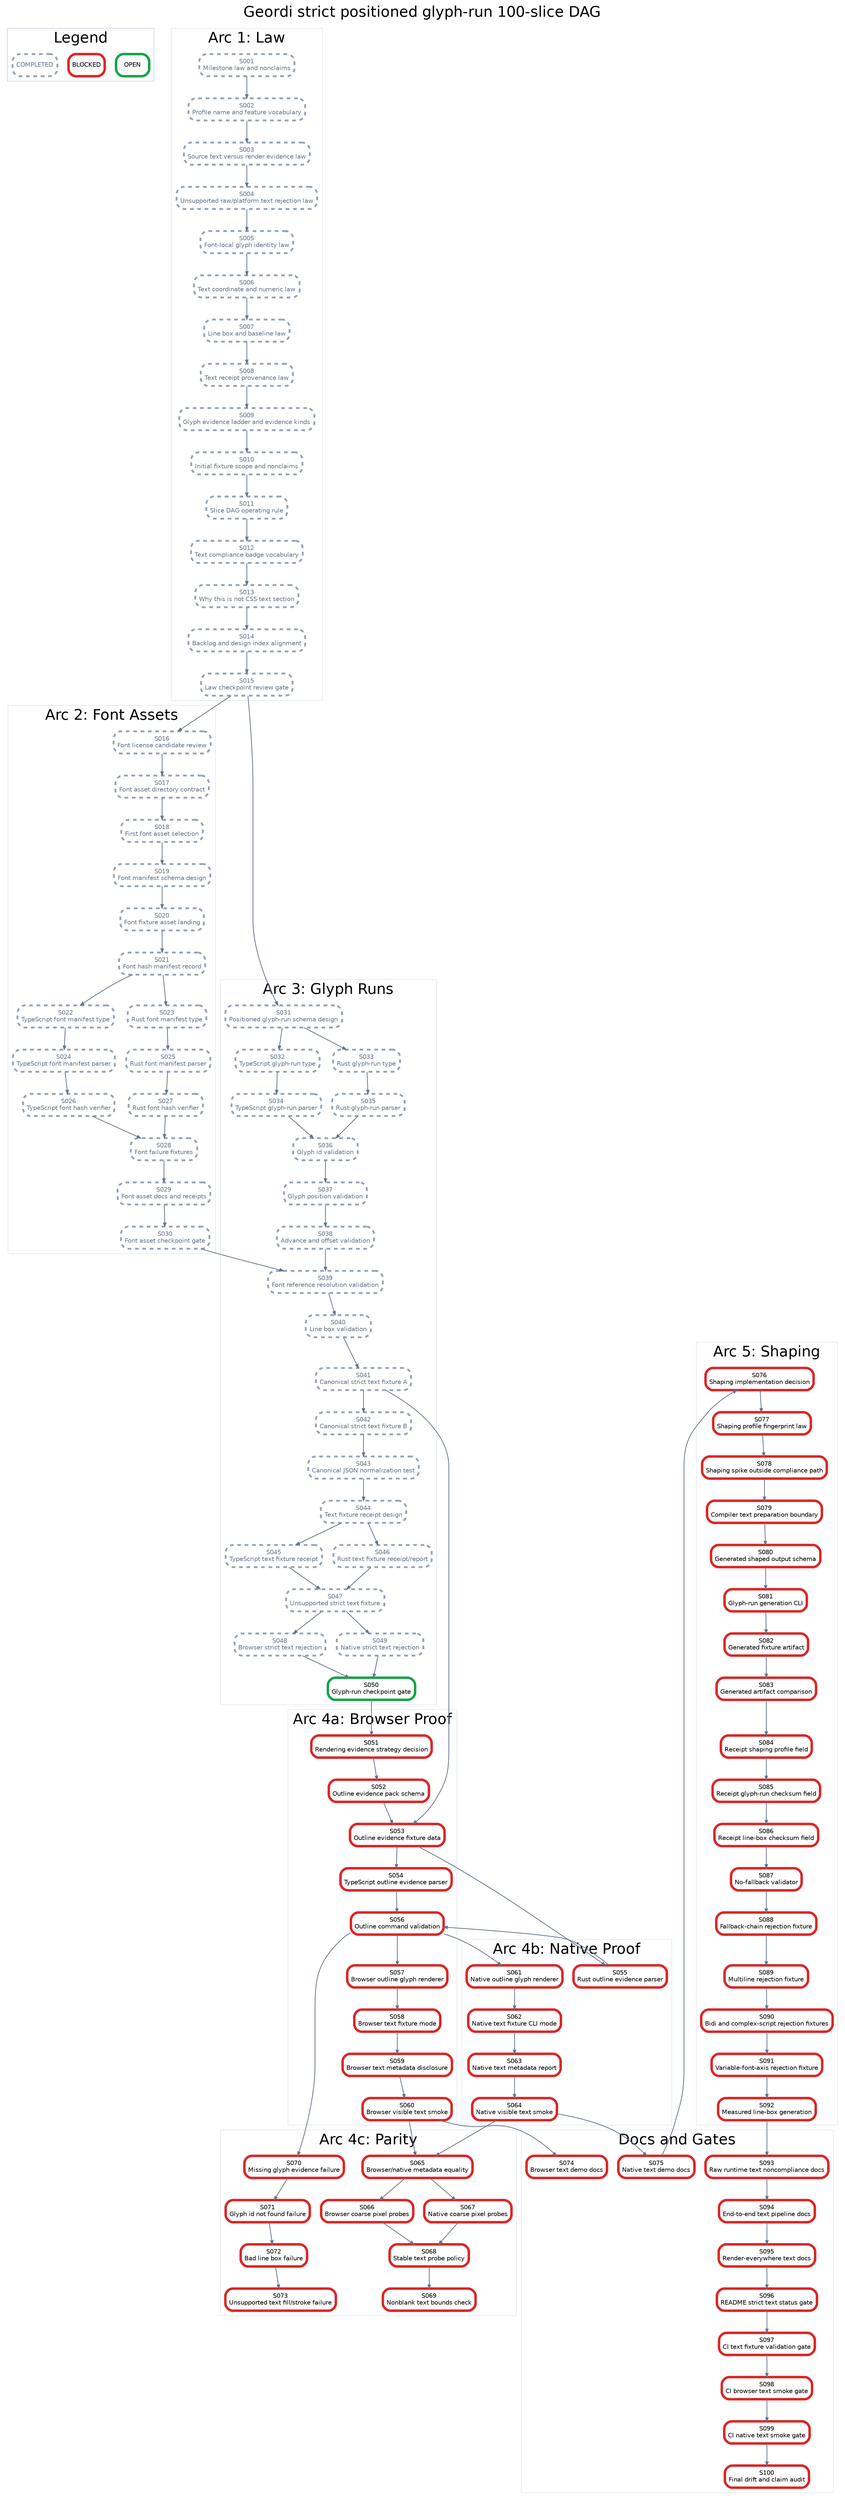
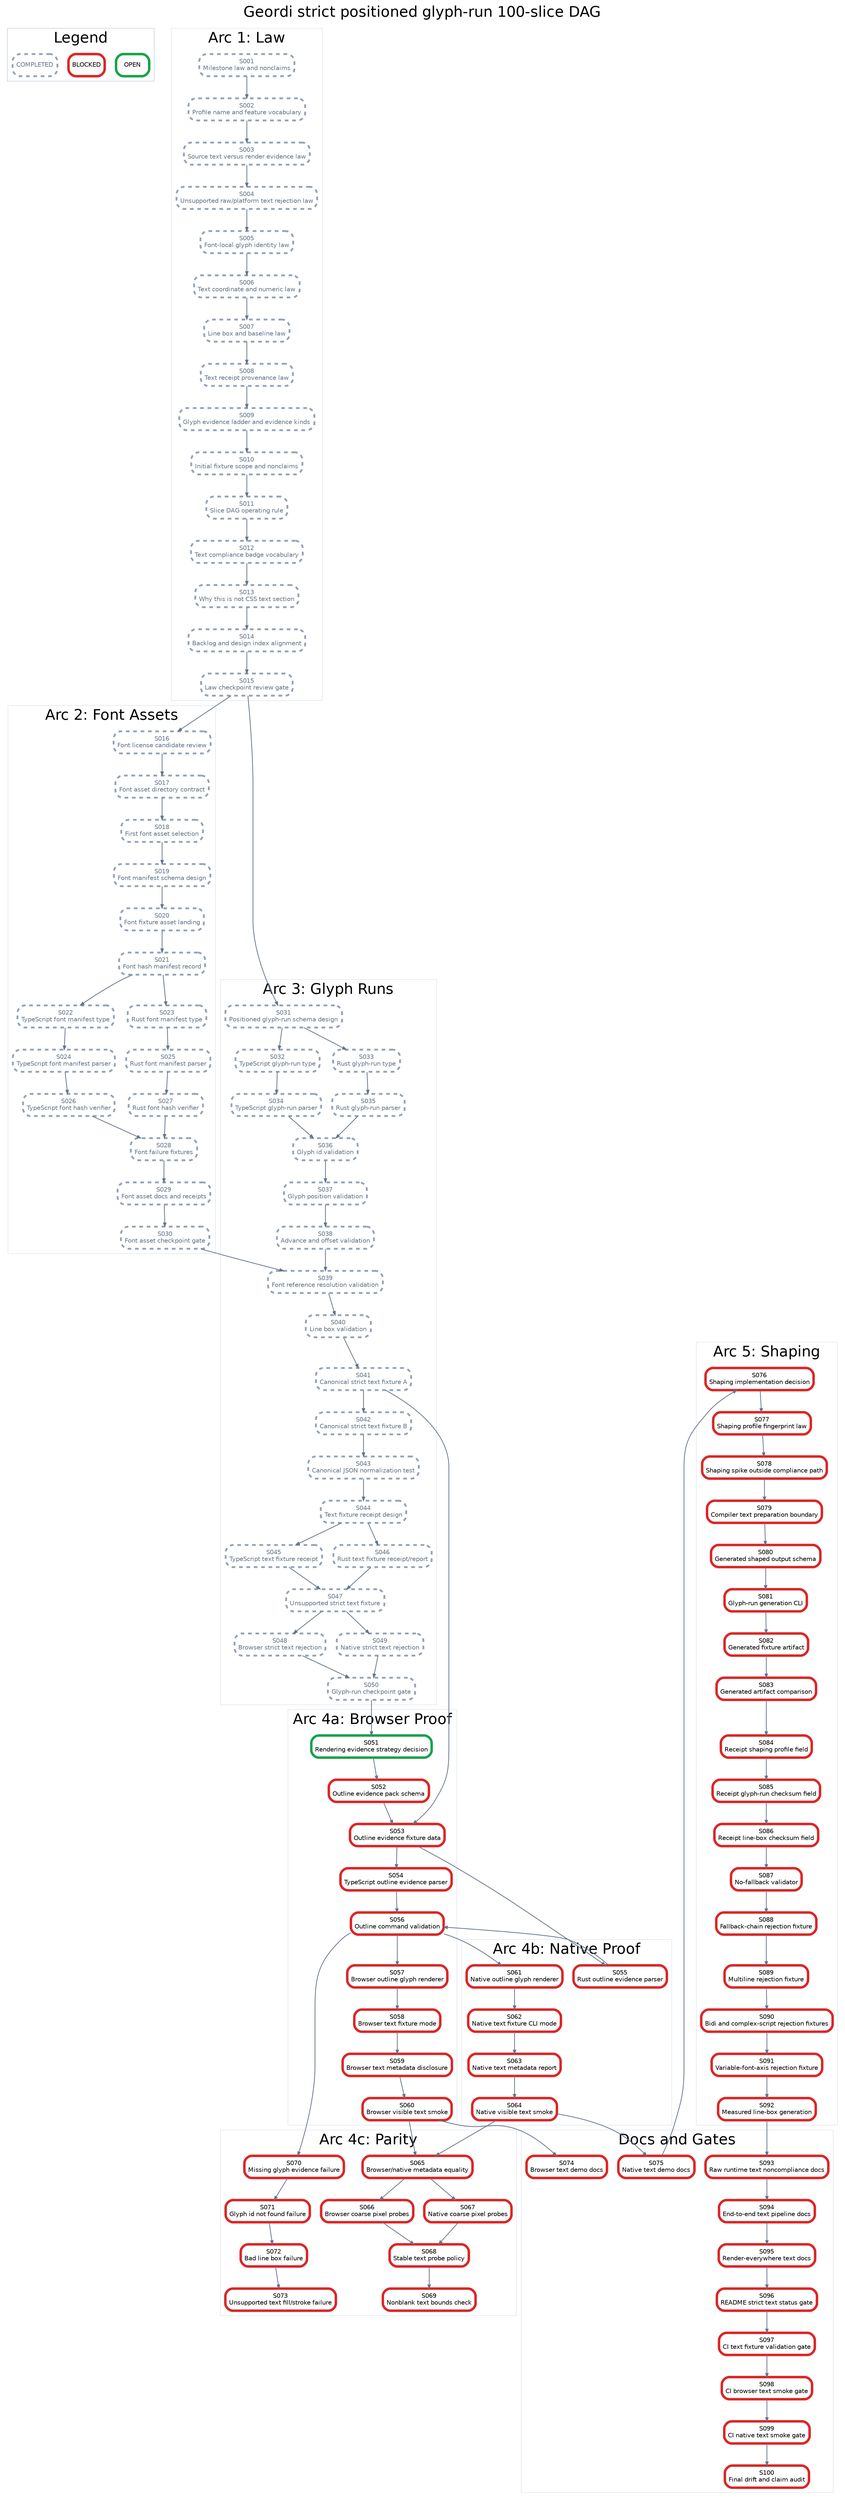
digraph StrictPositionedGlyphRunPlan {
  graph [rankdir=TB, bgcolor="white", fontname="Helvetica", label="Geordi strict positioned glyph-run 100-slice DAG", labelloc="t", fontsize=24];
  node [shape=box, style="rounded,filled", fillcolor="white", fontname="Helvetica", fontsize=10, margin="0.08,0.05"];
  edge [color="#64748b", arrowsize=0.6, penwidth=1.2];

  subgraph cluster_legend {
    label="Legend";
    color="#cbd5e1";
    legend_open [label="OPEN", color="#16a34a", penwidth=4];
    legend_blocked [label="BLOCKED", color="#dc2626", penwidth=4];
    legend_done [label="COMPLETED", color="#94a3b8", penwidth=3, style="rounded,filled,dashed", fontcolor="#64748b"];
  }

  subgraph cluster_law {
    label="Arc 1: Law";
    color="#e2e8f0";
    S001 [label="S001\nMilestone law and nonclaims", color="#94a3b8", penwidth=3, style="rounded,filled,dashed", fontcolor="#64748b"];
    S002 [label="S002\nProfile name and feature vocabulary", color="#94a3b8", penwidth=3, style="rounded,filled,dashed", fontcolor="#64748b"];
    S003 [label="S003\nSource text versus render evidence law", color="#94a3b8", penwidth=3, style="rounded,filled,dashed", fontcolor="#64748b"];
    S004 [label="S004\nUnsupported raw/platform text rejection law", color="#94a3b8", penwidth=3, style="rounded,filled,dashed", fontcolor="#64748b"];
    S005 [label="S005\nFont-local glyph identity law", color="#94a3b8", penwidth=3, style="rounded,filled,dashed", fontcolor="#64748b"];
    S006 [label="S006\nText coordinate and numeric law", color="#94a3b8", penwidth=3, style="rounded,filled,dashed", fontcolor="#64748b"];
    S007 [label="S007\nLine box and baseline law", color="#94a3b8", penwidth=3, style="rounded,filled,dashed", fontcolor="#64748b"];
    S008 [label="S008\nText receipt provenance law", color="#94a3b8", penwidth=3, style="rounded,filled,dashed", fontcolor="#64748b"];
    S009 [label="S009\nGlyph evidence ladder and evidence kinds", color="#94a3b8", penwidth=3, style="rounded,filled,dashed", fontcolor="#64748b"];
    S010 [label="S010\nInitial fixture scope and nonclaims", color="#94a3b8", penwidth=3, style="rounded,filled,dashed", fontcolor="#64748b"];
    S011 [label="S011\nSlice DAG operating rule", color="#94a3b8", penwidth=3, style="rounded,filled,dashed", fontcolor="#64748b"];
    S012 [label="S012\nText compliance badge vocabulary", color="#94a3b8", penwidth=3, style="rounded,filled,dashed", fontcolor="#64748b"];
    S013 [label="S013\nWhy this is not CSS text section", color="#94a3b8", penwidth=3, style="rounded,filled,dashed", fontcolor="#64748b"];
    S014 [label="S014\nBacklog and design index alignment", color="#94a3b8", penwidth=3, style="rounded,filled,dashed", fontcolor="#64748b"];
    S015 [label="S015\nLaw checkpoint review gate", color="#94a3b8", penwidth=3, style="rounded,filled,dashed", fontcolor="#64748b"];
  }

  subgraph cluster_assets {
    label="Arc 2: Font Assets";
    color="#e2e8f0";
    S016 [label="S016\nFont license candidate review", color="#94a3b8", penwidth=3, style="rounded,filled,dashed", fontcolor="#64748b"];
    S017 [label="S017\nFont asset directory contract", color="#94a3b8", penwidth=3, style="rounded,filled,dashed", fontcolor="#64748b"];
    S018 [label="S018\nFirst font asset selection", color="#94a3b8", penwidth=3, style="rounded,filled,dashed", fontcolor="#64748b"];
    S019 [label="S019\nFont manifest schema design", color="#94a3b8", penwidth=3, style="rounded,filled,dashed", fontcolor="#64748b"];
    S020 [label="S020\nFont fixture asset landing", color="#94a3b8", penwidth=3, style="rounded,filled,dashed", fontcolor="#64748b"];
    S021 [label="S021\nFont hash manifest record", color="#94a3b8", penwidth=3, style="rounded,filled,dashed", fontcolor="#64748b"];
    S022 [label="S022\nTypeScript font manifest type", color="#94a3b8", penwidth=3, style="rounded,filled,dashed", fontcolor="#64748b"];
    S023 [label="S023\nRust font manifest type", color="#94a3b8", penwidth=3, style="rounded,filled,dashed", fontcolor="#64748b"];
    S024 [label="S024\nTypeScript font manifest parser", color="#94a3b8", penwidth=3, style="rounded,filled,dashed", fontcolor="#64748b"];
    S025 [label="S025\nRust font manifest parser", color="#94a3b8", penwidth=3, style="rounded,filled,dashed", fontcolor="#64748b"];
    S026 [label="S026\nTypeScript font hash verifier", color="#94a3b8", penwidth=3, style="rounded,filled,dashed", fontcolor="#64748b"];
    S027 [label="S027\nRust font hash verifier", color="#94a3b8", penwidth=3, style="rounded,filled,dashed", fontcolor="#64748b"];
    S028 [label="S028\nFont failure fixtures", color="#94a3b8", penwidth=3, style="rounded,filled,dashed", fontcolor="#64748b"];
    S029 [label="S029\nFont asset docs and receipts", color="#94a3b8", penwidth=3, style="rounded,filled,dashed", fontcolor="#64748b"];
    S030 [label="S030\nFont asset checkpoint gate", color="#94a3b8", penwidth=3, style="rounded,filled,dashed", fontcolor="#64748b"];
  }

  subgraph cluster_glyph {
    label="Arc 3: Glyph Runs";
    color="#e2e8f0";
    S031 [label="S031\nPositioned glyph-run schema design", color="#94a3b8", penwidth=3, style="rounded,filled,dashed", fontcolor="#64748b"];
    S032 [label="S032\nTypeScript glyph-run type", color="#94a3b8", penwidth=3, style="rounded,filled,dashed", fontcolor="#64748b"];
    S033 [label="S033\nRust glyph-run type", color="#94a3b8", penwidth=3, style="rounded,filled,dashed", fontcolor="#64748b"];
    S034 [label="S034\nTypeScript glyph-run parser", color="#94a3b8", penwidth=3, style="rounded,filled,dashed", fontcolor="#64748b"];
    S035 [label="S035\nRust glyph-run parser", color="#94a3b8", penwidth=3, style="rounded,filled,dashed", fontcolor="#64748b"];
    S036 [label="S036\nGlyph id validation", color="#94a3b8", penwidth=3, style="rounded,filled,dashed", fontcolor="#64748b"];
    S037 [label="S037\nGlyph position validation", color="#94a3b8", penwidth=3, style="rounded,filled,dashed", fontcolor="#64748b"];
    S038 [label="S038\nAdvance and offset validation", color="#94a3b8", penwidth=3, style="rounded,filled,dashed", fontcolor="#64748b"];
    S039 [label="S039\nFont reference resolution validation", color="#94a3b8", penwidth=3, style="rounded,filled,dashed", fontcolor="#64748b"];
    S040 [label="S040\nLine box validation", color="#94a3b8", penwidth=3, style="rounded,filled,dashed", fontcolor="#64748b"];
    S041 [label="S041\nCanonical strict text fixture A", color="#94a3b8", penwidth=3, style="rounded,filled,dashed", fontcolor="#64748b"];
    S042 [label="S042\nCanonical strict text fixture B", color="#94a3b8", penwidth=3, style="rounded,filled,dashed", fontcolor="#64748b"];
    S043 [label="S043\nCanonical JSON normalization test", color="#94a3b8", penwidth=3, style="rounded,filled,dashed", fontcolor="#64748b"];
    S044 [label="S044\nText fixture receipt design", color="#94a3b8", penwidth=3, style="rounded,filled,dashed", fontcolor="#64748b"];
    S045 [label="S045\nTypeScript text fixture receipt", color="#94a3b8", penwidth=3, style="rounded,filled,dashed", fontcolor="#64748b"];
    S046 [label="S046\nRust text fixture receipt/report", color="#94a3b8", penwidth=3, style="rounded,filled,dashed", fontcolor="#64748b"];
    S047 [label="S047\nUnsupported strict text fixture", color="#94a3b8", penwidth=3, style="rounded,filled,dashed", fontcolor="#64748b"];
    S048 [label="S048\nBrowser strict text rejection", color="#94a3b8", penwidth=3, style="rounded,filled,dashed", fontcolor="#64748b"];
    S049 [label="S049\nNative strict text rejection", color="#94a3b8", penwidth=3, style="rounded,filled,dashed", fontcolor="#64748b"];
-     S050 [label="S050\nGlyph-run checkpoint gate", color="#16a34a", penwidth=4];
+     S050 [label="S050\nGlyph-run checkpoint gate", color="#94a3b8", penwidth=3, style="rounded,filled,dashed", fontcolor="#64748b"];
  }

  subgraph cluster_browser {
    label="Arc 4a: Browser Proof";
    color="#e2e8f0";
-     S051 [label="S051\nRendering evidence strategy decision", color="#dc2626", penwidth=4];
+     S051 [label="S051\nRendering evidence strategy decision", color="#16a34a", penwidth=4];
    S052 [label="S052\nOutline evidence pack schema", color="#dc2626", penwidth=4];
    S053 [label="S053\nOutline evidence fixture data", color="#dc2626", penwidth=4];
    S054 [label="S054\nTypeScript outline evidence parser", color="#dc2626", penwidth=4];
    S056 [label="S056\nOutline command validation", color="#dc2626", penwidth=4];
    S057 [label="S057\nBrowser outline glyph renderer", color="#dc2626", penwidth=4];
    S058 [label="S058\nBrowser text fixture mode", color="#dc2626", penwidth=4];
    S059 [label="S059\nBrowser text metadata disclosure", color="#dc2626", penwidth=4];
    S060 [label="S060\nBrowser visible text smoke", color="#dc2626", penwidth=4];
  }

  subgraph cluster_native {
    label="Arc 4b: Native Proof";
    color="#e2e8f0";
    S055 [label="S055\nRust outline evidence parser", color="#dc2626", penwidth=4];
    S061 [label="S061\nNative outline glyph renderer", color="#dc2626", penwidth=4];
    S062 [label="S062\nNative text fixture CLI mode", color="#dc2626", penwidth=4];
    S063 [label="S063\nNative text metadata report", color="#dc2626", penwidth=4];
    S064 [label="S064\nNative visible text smoke", color="#dc2626", penwidth=4];
  }

  subgraph cluster_parity {
    label="Arc 4c: Parity";
    color="#e2e8f0";
    S065 [label="S065\nBrowser/native metadata equality", color="#dc2626", penwidth=4];
    S066 [label="S066\nBrowser coarse pixel probes", color="#dc2626", penwidth=4];
    S067 [label="S067\nNative coarse pixel probes", color="#dc2626", penwidth=4];
    S068 [label="S068\nStable text probe policy", color="#dc2626", penwidth=4];
    S069 [label="S069\nNonblank text bounds check", color="#dc2626", penwidth=4];
    S070 [label="S070\nMissing glyph evidence failure", color="#dc2626", penwidth=4];
    S071 [label="S071\nGlyph id not found failure", color="#dc2626", penwidth=4];
    S072 [label="S072\nBad line box failure", color="#dc2626", penwidth=4];
    S073 [label="S073\nUnsupported text fill/stroke failure", color="#dc2626", penwidth=4];
  }

  subgraph cluster_shaping {
    label="Arc 5: Shaping";
    color="#e2e8f0";
    S076 [label="S076\nShaping implementation decision", color="#dc2626", penwidth=4];
    S077 [label="S077\nShaping profile fingerprint law", color="#dc2626", penwidth=4];
    S078 [label="S078\nShaping spike outside compliance path", color="#dc2626", penwidth=4];
    S079 [label="S079\nCompiler text preparation boundary", color="#dc2626", penwidth=4];
    S080 [label="S080\nGenerated shaped output schema", color="#dc2626", penwidth=4];
    S081 [label="S081\nGlyph-run generation CLI", color="#dc2626", penwidth=4];
    S082 [label="S082\nGenerated fixture artifact", color="#dc2626", penwidth=4];
    S083 [label="S083\nGenerated artifact comparison", color="#dc2626", penwidth=4];
    S084 [label="S084\nReceipt shaping profile field", color="#dc2626", penwidth=4];
    S085 [label="S085\nReceipt glyph-run checksum field", color="#dc2626", penwidth=4];
    S086 [label="S086\nReceipt line-box checksum field", color="#dc2626", penwidth=4];
    S087 [label="S087\nNo-fallback validator", color="#dc2626", penwidth=4];
    S088 [label="S088\nFallback-chain rejection fixture", color="#dc2626", penwidth=4];
    S089 [label="S089\nMultiline rejection fixture", color="#dc2626", penwidth=4];
    S090 [label="S090\nBidi and complex-script rejection fixtures", color="#dc2626", penwidth=4];
    S091 [label="S091\nVariable-font-axis rejection fixture", color="#dc2626", penwidth=4];
    S092 [label="S092\nMeasured line-box generation", color="#dc2626", penwidth=4];
  }

  subgraph cluster_docs {
    label="Docs and Gates";
    color="#e2e8f0";
    S074 [label="S074\nBrowser text demo docs", color="#dc2626", penwidth=4];
    S075 [label="S075\nNative text demo docs", color="#dc2626", penwidth=4];
    S093 [label="S093\nRaw runtime text noncompliance docs", color="#dc2626", penwidth=4];
    S094 [label="S094\nEnd-to-end text pipeline docs", color="#dc2626", penwidth=4];
    S095 [label="S095\nRender-everywhere text docs", color="#dc2626", penwidth=4];
    S096 [label="S096\nREADME strict text status gate", color="#dc2626", penwidth=4];
    S097 [label="S097\nCI text fixture validation gate", color="#dc2626", penwidth=4];
    S098 [label="S098\nCI browser text smoke gate", color="#dc2626", penwidth=4];
    S099 [label="S099\nCI native text smoke gate", color="#dc2626", penwidth=4];
    S100 [label="S100\nFinal drift and claim audit", color="#dc2626", penwidth=4];
  }

  S001 -> S002;
  S002 -> S003;
  S003 -> S004;
  S004 -> S005;
  S005 -> S006;
  S006 -> S007;
  S007 -> S008;
  S008 -> S009;
  S009 -> S010;
  S010 -> S011;
  S011 -> S012;
  S012 -> S013;
  S013 -> S014;
  S014 -> S015;
  S015 -> S016;
  S016 -> S017;
  S017 -> S018;
  S018 -> S019;
  S019 -> S020;
  S020 -> S021;
  S021 -> S022;
  S021 -> S023;
  S022 -> S024;
  S023 -> S025;
  S024 -> S026;
  S025 -> S027;
  S026 -> S028;
  S027 -> S028;
  S028 -> S029;
  S029 -> S030;
  S015 -> S031;
  S031 -> S032;
  S031 -> S033;
  S032 -> S034;
  S033 -> S035;
  S034 -> S036;
  S035 -> S036;
  S036 -> S037;
  S037 -> S038;
  S038 -> S039;
  S039 -> S040;
  S030 -> S039;
  S040 -> S041;
  S041 -> S042;
  S042 -> S043;
  S043 -> S044;
  S044 -> S045;
  S044 -> S046;
  S045 -> S047;
  S046 -> S047;
  S047 -> S048;
  S047 -> S049;
  S048 -> S050;
  S049 -> S050;
  S050 -> S051;
  S051 -> S052;
  S052 -> S053;
  S041 -> S053;
  S053 -> S054;
  S053 -> S055;
  S054 -> S056;
  S055 -> S056;
  S056 -> S057;
  S057 -> S058;
  S058 -> S059;
  S059 -> S060;
  S056 -> S061;
  S061 -> S062;
  S062 -> S063;
  S063 -> S064;
  S060 -> S065;
  S064 -> S065;
  S065 -> S066;
  S065 -> S067;
  S066 -> S068;
  S067 -> S068;
  S068 -> S069;
  S056 -> S070;
  S070 -> S071;
  S071 -> S072;
  S072 -> S073;
  S060 -> S074;
  S064 -> S075;
  S075 -> S076;
  S076 -> S077;
  S077 -> S078;
  S078 -> S079;
  S079 -> S080;
  S080 -> S081;
  S081 -> S082;
  S082 -> S083;
  S083 -> S084;
  S084 -> S085;
  S085 -> S086;
  S086 -> S087;
  S087 -> S088;
  S088 -> S089;
  S089 -> S090;
  S090 -> S091;
  S091 -> S092;
  S092 -> S093;
  S093 -> S094;
  S094 -> S095;
  S095 -> S096;
  S096 -> S097;
  S097 -> S098;
  S098 -> S099;
  S099 -> S100;
}
